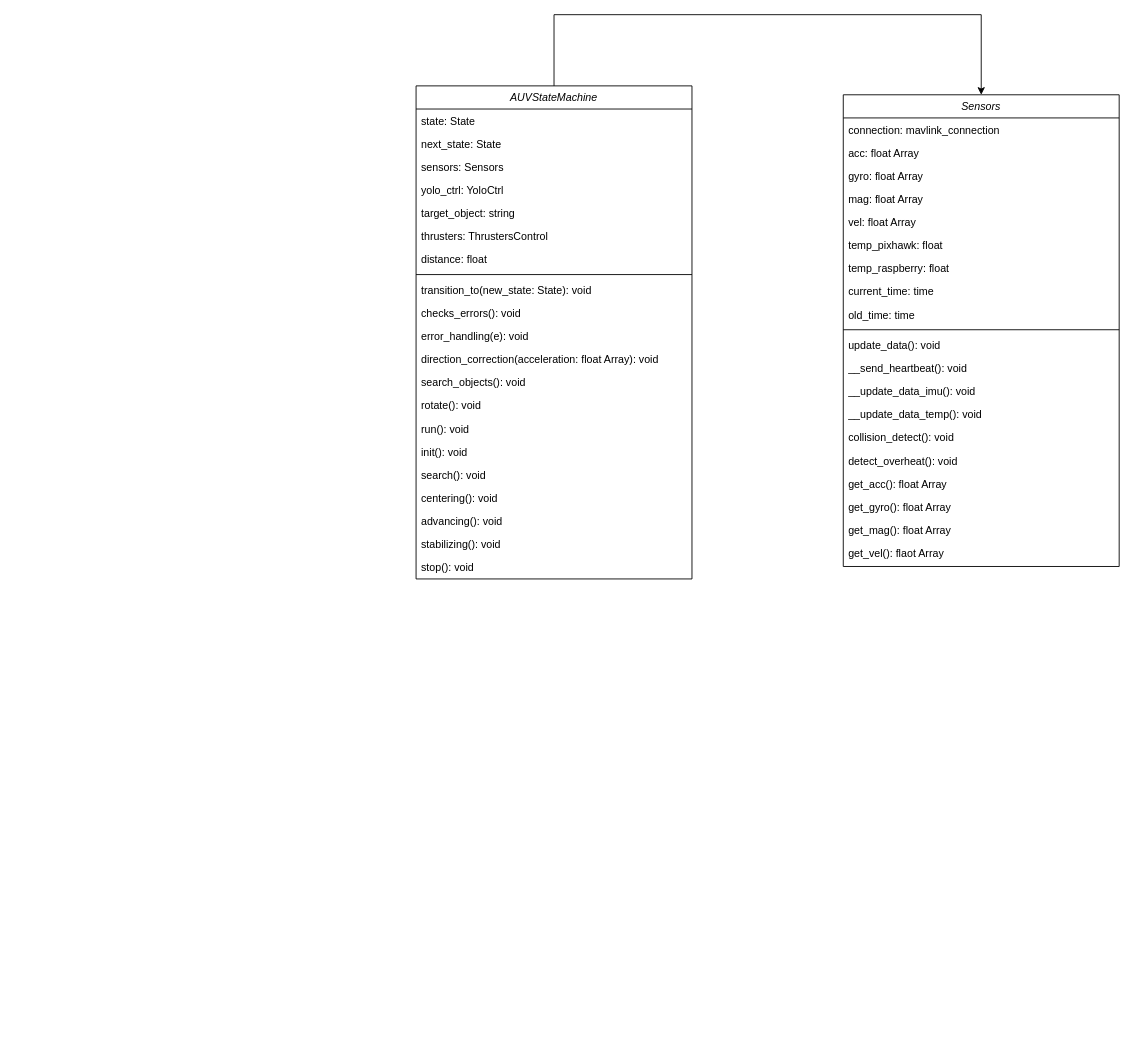
2005HAK/Terra keeps this draw.io diagram as docs/navegation/Classes AUV.drawio. Above is the earlier version. Source tidied: cells renumbered, new cells numbered last; positions are measured from the earlier drawing's top-left corner, leaving out a move shared by most shapes. Both pictures are drawn from the tidied source at 89%, with x=0, y=0 at pixel (416, 14).
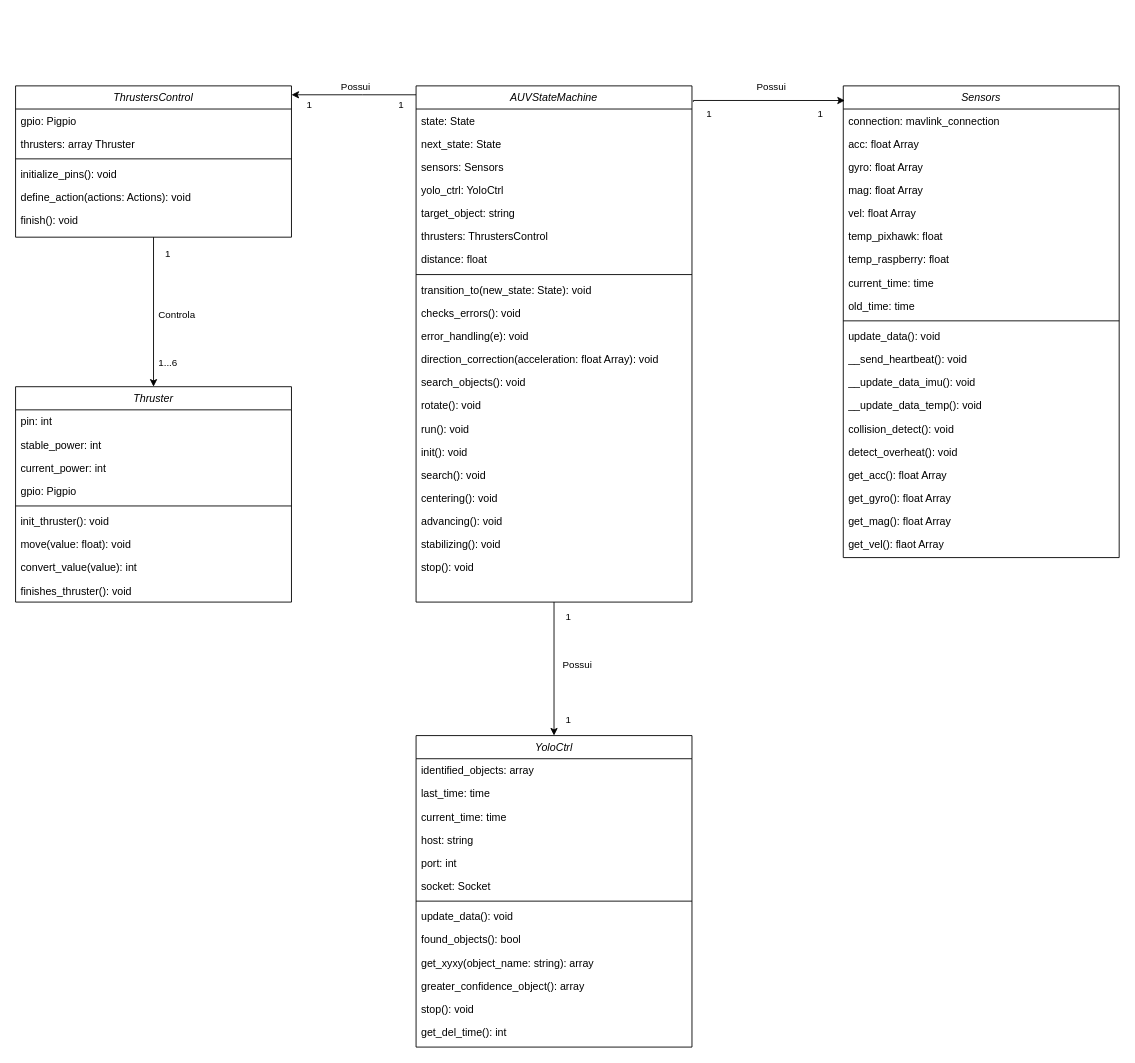
The same page after the edit.

The edit, as a diff of the source:
```diff
@@
+    <mxCell id="46" style="edgeStyle=orthogonalEdgeStyle;rounded=0;jettySize=auto;html=1;" parent="1" edge="1" source="2" target="58">
+      <mxGeometry relative="1" as="geometry">
+        <Array as="points">
+          <mxPoint x="-60" y="90" />
+          <mxPoint x="-60" y="90" />
+        </Array>
+      </mxGeometry>
+    </mxCell>
+    <mxCell id="47" value="1" style="edgeLabel;html=1;align=center;verticalAlign=middle;" parent="46" vertex="1">
+      <mxGeometry x="0.54" y="1" relative="1" as="geometry">
+        <mxPoint x="-13" y="9" as="offset" />
+      </mxGeometry>
+    </mxCell>
+    <mxCell id="48" value="Possui" style="edgeLabel;html=1;align=center;verticalAlign=middle;" parent="46" vertex="1">
+      <mxGeometry x="-0.01" y="-3" relative="1" as="geometry">
+        <mxPoint y="-7" as="offset" />
+      </mxGeometry>
+    </mxCell>
+    <mxCell id="49" value="1" style="edgeLabel;html=1;align=center;verticalAlign=middle;" parent="46" vertex="1">
+      <mxGeometry x="-0.75" y="2" relative="1" as="geometry">
+        <mxPoint y="8" as="offset" />
+      </mxGeometry>
+    </mxCell>
+    <mxCell id="50" style="edgeStyle=orthogonalEdgeStyle;rounded=0;jettySize=auto;html=1;" parent="1" edge="1" source="2" target="75">
+      <mxGeometry relative="1" as="geometry" />
+    </mxCell>
+    <mxCell id="51" value="Possui" style="edgeLabel;html=1;align=center;verticalAlign=middle;" parent="50" vertex="1">
+      <mxGeometry x="-0.07" y="2" relative="1" as="geometry">
+        <mxPoint x="23" as="offset" />
+      </mxGeometry>
+    </mxCell>
+    <mxCell id="52" value="1" style="edgeLabel;html=1;align=center;verticalAlign=middle;" parent="50" vertex="1">
+      <mxGeometry x="0.75" y="-2" relative="1" as="geometry">
+        <mxPoint x="17" as="offset" />
+      </mxGeometry>
+    </mxCell>
+    <mxCell id="53" value="1" style="edgeLabel;html=1;align=center;verticalAlign=middle;" parent="50" vertex="1">
+      <mxGeometry x="-0.79" y="2" relative="1" as="geometry">
+        <mxPoint x="13" as="offset" />
+      </mxGeometry>
+    </mxCell>
     <mxCell id="2" value="AUVStateMachine" style="swimlane;fontStyle=2;align=center;verticalAlign=top;horizontal=1;startSize=26;rounded=0;shadow=0;strokeWidth=1;" parent="1" vertex="1">
-      <mxGeometry y="80" width="310" height="554" as="geometry" />
+      <mxGeometry y="80" width="310" height="580" as="geometry" />
     </mxCell>
@@
     <mxCell id="24" value="Sensors" style="swimlane;fontStyle=2;align=center;verticalAlign=top;horizontal=1;startSize=26;rounded=0;shadow=0;strokeWidth=1;" parent="1" vertex="1">
-      <mxGeometry x="480" y="90" width="310" height="530" as="geometry" />
+      <mxGeometry x="480" y="80" width="310" height="530" as="geometry" />
     </mxCell>
@@
+    <mxCell id="54" style="edgeStyle=orthogonalEdgeStyle;rounded=0;jettySize=auto;html=1;" parent="1" edge="1" source="58" target="65">
+      <mxGeometry relative="1" as="geometry" />
+    </mxCell>
+    <mxCell id="55" value="Controla" style="edgeLabel;html=1;align=center;verticalAlign=middle;" parent="54" vertex="1">
+      <mxGeometry x="-0.06" y="4" relative="1" as="geometry">
+        <mxPoint x="21" y="7" as="offset" />
+      </mxGeometry>
+    </mxCell>
+    <mxCell id="56" value="1...6" style="edgeLabel;html=1;align=center;verticalAlign=middle;" parent="54" vertex="1">
+      <mxGeometry x="0.57" relative="1" as="geometry">
+        <mxPoint x="15" y="8" as="offset" />
+      </mxGeometry>
+    </mxCell>
+    <mxCell id="57" value="1" style="edgeLabel;html=1;align=center;verticalAlign=middle;" parent="54" vertex="1">
+      <mxGeometry x="-0.79" y="-1" relative="1" as="geometry">
+        <mxPoint x="16" as="offset" />
+      </mxGeometry>
+    </mxCell>
+    <mxCell id="58" value="ThrustersControl" style="swimlane;fontStyle=2;align=center;verticalAlign=top;horizontal=1;startSize=26;rounded=0;shadow=0;strokeWidth=1;" parent="1" vertex="1">
+      <mxGeometry x="-450" y="80" width="310" height="170" as="geometry" />
+    </mxCell>
+    <mxCell id="59" value="gpio: Pigpio" style="text;align=left;verticalAlign=top;spacingLeft=4;spacingRight=4;overflow=hidden;" parent="58" vertex="1">
+      <mxGeometry y="26" width="310" height="26" as="geometry" />
+    </mxCell>
+    <mxCell id="60" value="thrusters: array Thruster" style="text;align=left;verticalAlign=top;spacingLeft=4;spacingRight=4;overflow=hidden;rounded=0;shadow=0;html=0;" parent="58" vertex="1">
+      <mxGeometry y="52" width="310" height="26" as="geometry" />
+    </mxCell>
+    <mxCell id="61" style="line;html=1;strokeWidth=1;align=left;verticalAlign=middle;spacingTop=-1;spacingLeft=3;spacingRight=3;labelPosition=right;" parent="58" vertex="1">
+      <mxGeometry y="78" width="310" height="8" as="geometry" />
+    </mxCell>
+    <mxCell id="62" value="initialize_pins(): void" style="text;align=left;verticalAlign=top;spacingLeft=4;spacingRight=4;overflow=hidden;" parent="58" vertex="1">
+      <mxGeometry y="86" width="310" height="26" as="geometry" />
+    </mxCell>
+    <mxCell id="63" value="define_action(actions: Actions): void" style="text;align=left;verticalAlign=top;spacingLeft=4;spacingRight=4;overflow=hidden;" parent="58" vertex="1">
+      <mxGeometry y="112" width="310" height="26" as="geometry" />
+    </mxCell>
+    <mxCell id="64" value="finish(): void" style="text;align=left;verticalAlign=top;spacingLeft=4;spacingRight=4;overflow=hidden;" parent="58" vertex="1">
+      <mxGeometry y="138" width="310" height="26" as="geometry" />
+    </mxCell>
+    <mxCell id="65" value="Thruster" style="swimlane;fontStyle=2;align=center;verticalAlign=top;horizontal=1;startSize=26;rounded=0;shadow=0;strokeWidth=1;" parent="1" vertex="1">
+      <mxGeometry x="-450" y="418" width="310" height="242" as="geometry" />
+    </mxCell>
+    <mxCell id="66" value="pin: int" style="text;align=left;verticalAlign=top;spacingLeft=4;spacingRight=4;overflow=hidden;" parent="65" vertex="1">
+      <mxGeometry y="26" width="310" height="26" as="geometry" />
+    </mxCell>
+    <mxCell id="67" value="stable_power: int" style="text;align=left;verticalAlign=top;spacingLeft=4;spacingRight=4;overflow=hidden;rounded=0;shadow=0;html=0;" parent="65" vertex="1">
+      <mxGeometry y="52" width="310" height="26" as="geometry" />
+    </mxCell>
+    <mxCell id="68" value="current_power: int" style="text;align=left;verticalAlign=top;spacingLeft=4;spacingRight=4;overflow=hidden;rounded=0;shadow=0;html=0;" parent="65" vertex="1">
+      <mxGeometry y="78" width="310" height="26" as="geometry" />
+    </mxCell>
+    <mxCell id="69" value="gpio: Pigpio" style="text;align=left;verticalAlign=top;spacingLeft=4;spacingRight=4;overflow=hidden;rounded=0;shadow=0;html=0;" parent="65" vertex="1">
+      <mxGeometry y="104" width="310" height="26" as="geometry" />
+    </mxCell>
+    <mxCell id="70" style="line;html=1;strokeWidth=1;align=left;verticalAlign=middle;spacingTop=-1;spacingLeft=3;spacingRight=3;labelPosition=right;" parent="65" vertex="1">
+      <mxGeometry y="130" width="310" height="8" as="geometry" />
+    </mxCell>
+    <mxCell id="71" value="init_thruster(): void" style="text;align=left;verticalAlign=top;spacingLeft=4;spacingRight=4;overflow=hidden;" parent="65" vertex="1">
+      <mxGeometry y="138" width="310" height="26" as="geometry" />
+    </mxCell>
+    <mxCell id="72" value="move(value: float): void" style="text;align=left;verticalAlign=top;spacingLeft=4;spacingRight=4;overflow=hidden;" parent="65" vertex="1">
+      <mxGeometry y="164" width="310" height="26" as="geometry" />
+    </mxCell>
+    <mxCell id="73" value="convert_value(value): int" style="text;align=left;verticalAlign=top;spacingLeft=4;spacingRight=4;overflow=hidden;" parent="65" vertex="1">
+      <mxGeometry y="190" width="310" height="26" as="geometry" />
+    </mxCell>
+    <mxCell id="74" value="finishes_thruster(): void" style="text;align=left;verticalAlign=top;spacingLeft=4;spacingRight=4;overflow=hidden;" parent="65" vertex="1">
+      <mxGeometry y="216" width="310" height="26" as="geometry" />
+    </mxCell>
+    <mxCell id="75" value="YoloCtrl" style="swimlane;fontStyle=2;align=center;verticalAlign=top;horizontal=1;startSize=26;rounded=0;shadow=0;strokeWidth=1;" parent="1" vertex="1">
+      <mxGeometry y="810" width="310" height="350" as="geometry" />
+    </mxCell>
+    <mxCell id="76" value="identified_objects: array" style="text;align=left;verticalAlign=top;spacingLeft=4;spacingRight=4;overflow=hidden;" parent="75" vertex="1">
+      <mxGeometry y="26" width="310" height="26" as="geometry" />
+    </mxCell>
+    <mxCell id="77" value="last_time: time" style="text;align=left;verticalAlign=top;spacingLeft=4;spacingRight=4;overflow=hidden;rounded=0;shadow=0;html=0;" parent="75" vertex="1">
+      <mxGeometry y="52" width="310" height="26" as="geometry" />
+    </mxCell>
+    <mxCell id="78" value="current_time: time" style="text;align=left;verticalAlign=top;spacingLeft=4;spacingRight=4;overflow=hidden;rounded=0;shadow=0;html=0;" parent="75" vertex="1">
+      <mxGeometry y="78" width="310" height="26" as="geometry" />
+    </mxCell>
+    <mxCell id="79" value="host: string" style="text;align=left;verticalAlign=top;spacingLeft=4;spacingRight=4;overflow=hidden;rounded=0;shadow=0;html=0;" parent="75" vertex="1">
+      <mxGeometry y="104" width="310" height="26" as="geometry" />
+    </mxCell>
+    <mxCell id="80" value="port: int" style="text;align=left;verticalAlign=top;spacingLeft=4;spacingRight=4;overflow=hidden;rounded=0;shadow=0;html=0;" parent="75" vertex="1">
+      <mxGeometry y="130" width="310" height="26" as="geometry" />
+    </mxCell>
+    <mxCell id="81" value="socket: Socket" style="text;align=left;verticalAlign=top;spacingLeft=4;spacingRight=4;overflow=hidden;rounded=0;shadow=0;html=0;" parent="75" vertex="1">
+      <mxGeometry y="156" width="310" height="26" as="geometry" />
+    </mxCell>
+    <mxCell id="82" style="line;html=1;strokeWidth=1;align=left;verticalAlign=middle;spacingTop=-1;spacingLeft=3;spacingRight=3;labelPosition=right;" parent="75" vertex="1">
+      <mxGeometry y="182" width="310" height="8" as="geometry" />
+    </mxCell>
+    <mxCell id="83" value="update_data(): void" style="text;align=left;verticalAlign=top;spacingLeft=4;spacingRight=4;overflow=hidden;" parent="75" vertex="1">
+      <mxGeometry y="190" width="310" height="26" as="geometry" />
+    </mxCell>
+    <mxCell id="84" value="found_objects(): bool" style="text;align=left;verticalAlign=top;spacingLeft=4;spacingRight=4;overflow=hidden;" parent="75" vertex="1">
+      <mxGeometry y="216" width="310" height="26" as="geometry" />
+    </mxCell>
+    <mxCell id="85" value="get_xyxy(object_name: string): array" style="text;align=left;verticalAlign=top;spacingLeft=4;spacingRight=4;overflow=hidden;" parent="75" vertex="1">
+      <mxGeometry y="242" width="310" height="26" as="geometry" />
+    </mxCell>
+    <mxCell id="86" value="greater_confidence_object(): array" style="text;align=left;verticalAlign=top;spacingLeft=4;spacingRight=4;overflow=hidden;" parent="75" vertex="1">
+      <mxGeometry y="268" width="310" height="26" as="geometry" />
+    </mxCell>
+    <mxCell id="87" value="stop(): void" style="text;align=left;verticalAlign=top;spacingLeft=4;spacingRight=4;overflow=hidden;" parent="75" vertex="1">
+      <mxGeometry y="294" width="310" height="26" as="geometry" />
+    </mxCell>
+    <mxCell id="88" value="get_del_time(): int" style="text;align=left;verticalAlign=top;spacingLeft=4;spacingRight=4;overflow=hidden;" parent="75" vertex="1">
+      <mxGeometry y="320" width="310" height="26" as="geometry" />
+    </mxCell>
-    <mxCell id="45" style="edgeStyle=orthogonalEdgeStyle;rounded=0;jettySize=auto;html=1;entryX=0.5;entryY=0;entryDx=0;entryDy=0;exitX=0.5;exitY=0;exitDx=0;exitDy=0;" parent="1" edge="1" source="2" target="24">
+    <mxCell id="45" style="edgeStyle=orthogonalEdgeStyle;rounded=0;jettySize=auto;html=1;entryX=0.006;entryY=0.031;entryDx=0;entryDy=0;exitX=1.005;exitY=0.031;exitDx=0;exitDy=0;exitPerimeter=0;entryPerimeter=0;" parent="1" edge="1" source="2" target="24">
       <mxGeometry relative="1" as="geometry">
         <Array as="points">
-          <mxPoint x="155" />
-          <mxPoint x="635" />
+          <mxPoint x="312" y="96" />
         </Array>
       </mxGeometry>
     </mxCell>
+    <mxCell id="89" value="Possui" style="edgeLabel;html=1;align=center;verticalAlign=middle;" parent="45" vertex="1">
+      <mxGeometry x="0.04" y="-1" relative="1" as="geometry">
+        <mxPoint y="-17" as="offset" />
+      </mxGeometry>
+    </mxCell>
+    <mxCell id="90" value="1" style="edgeLabel;html=1;align=center;verticalAlign=middle;" parent="45" vertex="1">
+      <mxGeometry x="0.68" y="-1" relative="1" as="geometry">
+        <mxPoint y="13" as="offset" />
+      </mxGeometry>
+    </mxCell>
+    <mxCell id="91" value="1" style="edgeLabel;html=1;align=center;verticalAlign=middle;" parent="45" vertex="1">
+      <mxGeometry x="-0.78" y="3" relative="1" as="geometry">
+        <mxPoint y="17" as="offset" />
+      </mxGeometry>
+    </mxCell>
```
